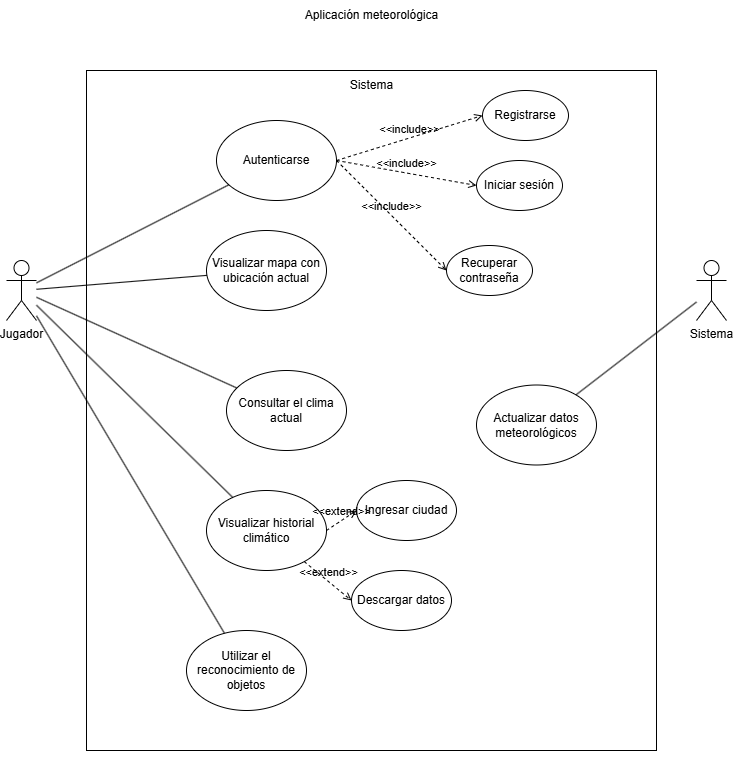
EduOlalde/DECProyecto2-1 keeps this draw.io diagram as Documentacion/Diagrama de casos de uso.png. Above is the earlier version. Source tidied: cells renumbered, new cells last; positions are measured from the earlier drawing's top-left corner, leaving out a move shared by most shapes.
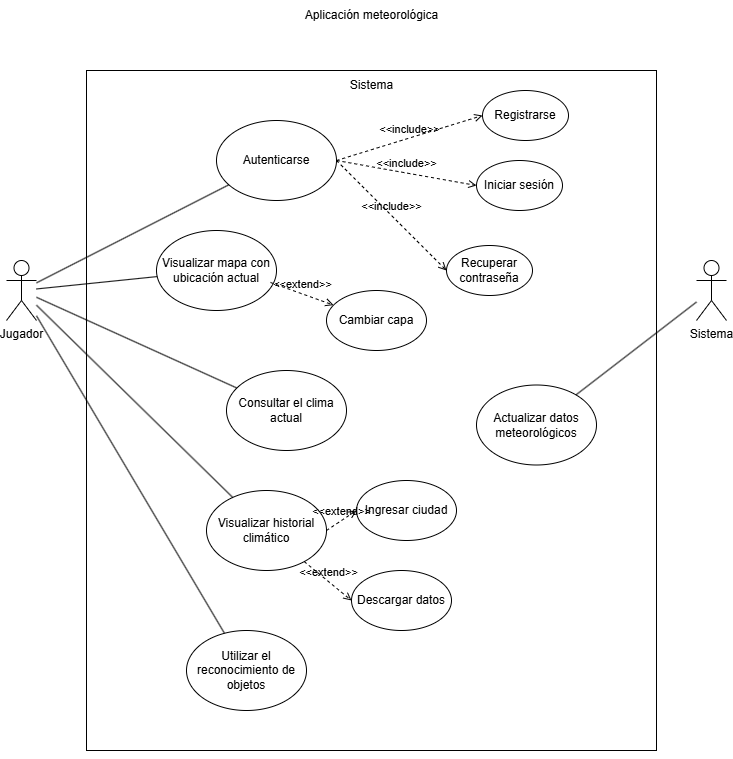
Above is the later version.

Commit message:
Añadida capa satélite en el mapa

The edit, as a diff of the source:
```diff
@@ -21,7 +21,7 @@
       <mxGeometry x="476" y="90" width="86" height="50" as="geometry" />
     </mxCell>
     <mxCell id="8" value="Visualizar mapa con ubicación actual" style="ellipse;whiteSpace=wrap;html=1;" parent="1" vertex="1">
-      <mxGeometry x="200" y="230" width="120" height="80" as="geometry" />
+      <mxGeometry x="150" y="230" width="120" height="80" as="geometry" />
     </mxCell>
     <mxCell id="9" value="Consultar el clima actual" style="ellipse;whiteSpace=wrap;html=1;" parent="1" vertex="1">
       <mxGeometry x="220" y="370" width="120" height="80" as="geometry" />
@@ -86,5 +86,11 @@
     <mxCell id="29" value="&amp;lt;&amp;lt;extend&amp;gt;&amp;gt;" style="html=1;verticalAlign=bottom;labelBackgroundColor=none;endArrow=open;endFill=0;dashed=1;rounded=0;entryX=0;entryY=0.5;entryDx=0;entryDy=0;" parent="1" edge="1" source="10" target="28">
       <mxGeometry relative="1" as="geometry" />
     </mxCell>
+    <mxCell id="30" value="Cambiar capa" style="ellipse;whiteSpace=wrap;html=1;" parent="1" vertex="1">
+      <mxGeometry x="320" y="290" width="100" height="60" as="geometry" />
+    </mxCell>
+    <mxCell id="31" value="&amp;lt;&amp;lt;extend&amp;gt;&amp;gt;" style="html=1;verticalAlign=bottom;labelBackgroundColor=none;endArrow=open;endFill=0;dashed=1;rounded=0;exitX=0.95;exitY=0.65;exitDx=0;exitDy=0;exitPerimeter=0;" parent="1" edge="1" source="8" target="30">
+      <mxGeometry relative="1" as="geometry" />
+    </mxCell>
   </root>
 </mxGraphModel>
```
